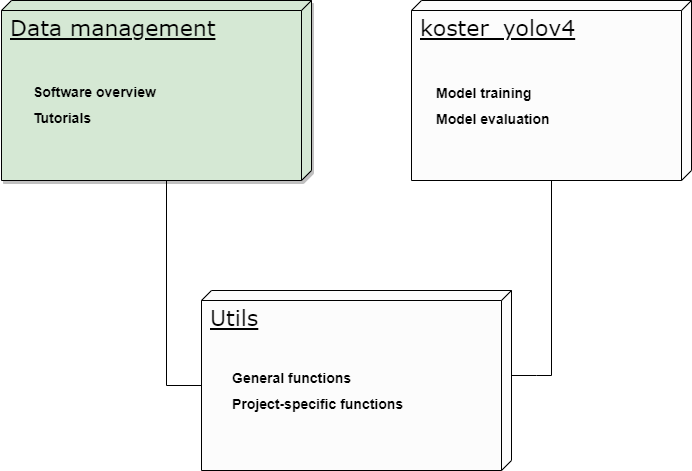
Earlier version of the draw.io export images/Koster_data_management_module.png (pilarnavarro/koster_data_management). Source tidied: cells renumbered, new cells last; positions are measured from the earlier drawing's top-left corner, leaving out a move shared by most shapes. Source of this version:
```xml
<mxGraphModel>
  <root>
    <mxCell id="0" />
    <mxCell id="1" parent="0" />
    <mxCell id="2" value="&lt;font style=&quot;font-size: 22px&quot;&gt;Utils&lt;/font&gt;" style="verticalAlign=top;align=left;spacingTop=8;spacingLeft=7;spacingRight=12;shape=cube;size=10;direction=south;fontStyle=4;html=1;rounded=0;shadow=0;comic=0;labelBackgroundColor=none;strokeWidth=1;fontFamily=Verdana;fontSize=12;fillColor=#FCFCFC;" parent="1" vertex="1">
      <mxGeometry x="200" y="290" width="310" height="180" as="geometry" />
    </mxCell>
    <mxCell id="3" value="&lt;font style=&quot;font-size: 22px&quot;&gt;Data management&lt;/font&gt;" style="verticalAlign=top;align=left;spacingTop=8;spacingLeft=7;spacingRight=12;shape=cube;size=10;direction=south;fontStyle=4;html=1;rounded=0;shadow=1;comic=0;labelBackgroundColor=none;strokeWidth=1;fontFamily=Verdana;fontSize=12;fillColor=#D5E8D4;" parent="1" vertex="1">
      <mxGeometry width="310" height="180" as="geometry" />
    </mxCell>
    <mxCell id="4" value="&lt;font style=&quot;font-size: 22px&quot;&gt;koster_yolov4&lt;/font&gt;" style="verticalAlign=top;align=left;spacingTop=8;spacingLeft=7;spacingRight=12;shape=cube;size=10;direction=south;fontStyle=4;html=1;rounded=0;shadow=0;comic=0;labelBackgroundColor=none;strokeWidth=1;fontFamily=Verdana;fontSize=12;fillColor=#FCFCFC;" parent="1" vertex="1">
      <mxGeometry x="410" width="280" height="180" as="geometry" />
    </mxCell>
    <mxCell id="5" style="edgeStyle=orthogonalEdgeStyle;rounded=0;html=1;labelBackgroundColor=none;startArrow=none;startFill=0;startSize=8;endArrow=open;endFill=0;endSize=16;fontFamily=Verdana;fontSize=12;dashed=1;" parent="1" edge="1">
      <mxGeometry relative="1" as="geometry">
        <mxPoint x="177" y="95" as="sourcePoint" />
        <Array as="points">
          <mxPoint x="177" y="120" />
          <mxPoint x="42" y="120" />
        </Array>
      </mxGeometry>
    </mxCell>
    <mxCell id="6" style="edgeStyle=orthogonalEdgeStyle;rounded=0;html=1;labelBackgroundColor=none;startArrow=none;startFill=0;startSize=8;endArrow=none;endFill=0;endSize=16;fontFamily=Verdana;fontSize=12;exitX=0;exitY=0;exitDx=85;exitDy=0;exitPerimeter=0;" parent="1" edge="1" source="2" target="4">
      <mxGeometry relative="1" as="geometry">
        <Array as="points">
          <mxPoint x="535" y="375" />
          <mxPoint x="575" y="375" />
        </Array>
      </mxGeometry>
    </mxCell>
    <mxCell id="7" style="edgeStyle=orthogonalEdgeStyle;rounded=0;html=1;labelBackgroundColor=none;startArrow=none;startFill=0;startSize=8;endArrow=none;endFill=0;endSize=16;fontFamily=Verdana;fontSize=12;exitX=0;exitY=0;exitDx=95;exitDy=310;exitPerimeter=0;" parent="1" edge="1" source="2" target="3">
      <mxGeometry relative="1" as="geometry">
        <Array as="points">
          <mxPoint x="165" y="385" />
        </Array>
      </mxGeometry>
    </mxCell>
    <mxCell id="8" value="&lt;p style=&quot;line-height: 0.6&quot;&gt;&lt;b&gt;&lt;font style=&quot;font-size: 14px ; line-height: 1&quot;&gt;Software overview&lt;/font&gt;&lt;/b&gt;&lt;/p&gt;&lt;p style=&quot;line-height: 0.6&quot;&gt;&lt;b&gt;&lt;font style=&quot;font-size: 14px ; line-height: 1&quot;&gt;Tutorials&lt;/font&gt;&lt;/b&gt;&lt;/p&gt;" style="text;html=1;strokeColor=none;fillColor=none;align=left;verticalAlign=top;whiteSpace=wrap;rounded=0;" parent="1" vertex="1">
      <mxGeometry x="30" y="66" width="220" height="108" as="geometry" />
    </mxCell>
    <mxCell id="9" value="&lt;p style=&quot;line-height: 0.6&quot;&gt;&lt;b&gt;&lt;font style=&quot;font-size: 14px ; line-height: 1&quot;&gt;Model training&lt;/font&gt;&lt;/b&gt;&lt;/p&gt;&lt;p style=&quot;line-height: 0.6&quot;&gt;&lt;b&gt;&lt;font style=&quot;font-size: 14px ; line-height: 1&quot;&gt;Model evaluation&lt;/font&gt;&lt;/b&gt;&lt;/p&gt;" style="text;html=1;strokeColor=none;fillColor=none;align=left;verticalAlign=top;whiteSpace=wrap;rounded=0;" parent="1" vertex="1">
      <mxGeometry x="433" y="67" width="220" height="108" as="geometry" />
    </mxCell>
    <mxCell id="10" value="&lt;p style=&quot;line-height: 0.6&quot;&gt;&lt;b&gt;&lt;font style=&quot;font-size: 14px ; line-height: 1&quot;&gt;General functions&lt;/font&gt;&lt;/b&gt;&lt;/p&gt;&lt;p style=&quot;line-height: 0.6&quot;&gt;&lt;b&gt;&lt;font style=&quot;font-size: 14px ; line-height: 1&quot;&gt;Project-specific functions&lt;br&gt;&lt;/font&gt;&lt;/b&gt;&lt;/p&gt;" style="text;html=1;strokeColor=none;fillColor=none;align=left;verticalAlign=top;whiteSpace=wrap;rounded=0;" parent="1" vertex="1">
      <mxGeometry x="229" y="352" width="220" height="108" as="geometry" />
    </mxCell>
  </root>
</mxGraphModel>
```
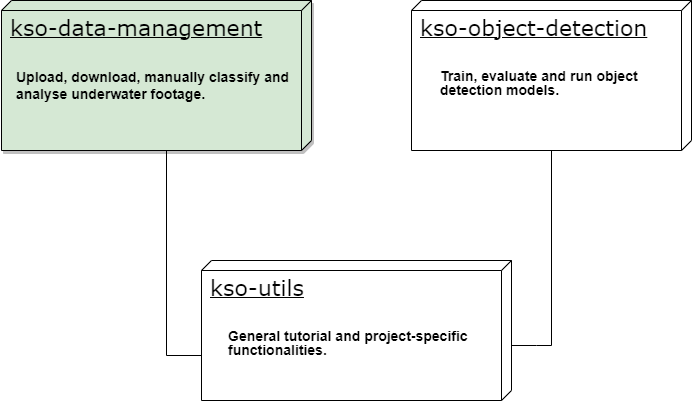
After the commit.

Commit message:
docs(rename): match module diagrams to new repo names

Change to the diagram source:
```diff
@@ -2,14 +2,14 @@
   <root>
     <mxCell id="0" />
     <mxCell id="1" parent="0" />
-    <mxCell id="2" value="&lt;font style=&quot;font-size: 22px&quot;&gt;Utils&lt;/font&gt;" style="verticalAlign=top;align=left;spacingTop=8;spacingLeft=7;spacingRight=12;shape=cube;size=10;direction=south;fontStyle=4;html=1;rounded=0;shadow=0;comic=0;labelBackgroundColor=none;strokeWidth=1;fontFamily=Verdana;fontSize=12;fillColor=#FCFCFC;" parent="1" vertex="1">
-      <mxGeometry x="200" y="290" width="310" height="180" as="geometry" />
+    <mxCell id="2" value="&lt;font style=&quot;font-size: 22px&quot;&gt;kso-utils&lt;/font&gt;" style="verticalAlign=top;align=left;spacingTop=8;spacingLeft=7;spacingRight=12;shape=cube;size=10;direction=south;fontStyle=4;html=1;rounded=0;shadow=0;comic=0;labelBackgroundColor=none;strokeWidth=1;fontFamily=Verdana;fontSize=12;fillColor=none;" parent="1" vertex="1">
+      <mxGeometry x="200" y="290" width="310" height="140" as="geometry" />
     </mxCell>
-    <mxCell id="3" value="&lt;font style=&quot;font-size: 22px&quot;&gt;Data management&lt;/font&gt;" style="verticalAlign=top;align=left;spacingTop=8;spacingLeft=7;spacingRight=12;shape=cube;size=10;direction=south;fontStyle=4;html=1;rounded=0;shadow=1;comic=0;labelBackgroundColor=none;strokeWidth=1;fontFamily=Verdana;fontSize=12;fillColor=#D5E8D4;" parent="1" vertex="1">
-      <mxGeometry width="310" height="180" as="geometry" />
+    <mxCell id="3" value="&lt;font style=&quot;&quot;&gt;&lt;span style=&quot;background-color: initial; font-size: 22px;&quot;&gt;kso-data-management&lt;/span&gt;&lt;span style=&quot;font-size: 22px;&quot;&gt;&lt;br&gt;&lt;/span&gt;&lt;br&gt;&lt;/font&gt;" style="verticalAlign=top;align=left;spacingTop=8;spacingLeft=7;spacingRight=12;shape=cube;size=10;direction=south;fontStyle=4;html=1;rounded=0;shadow=1;comic=0;labelBackgroundColor=none;strokeWidth=1;fontFamily=Verdana;fontSize=12;fillColor=#D5E8D4;" parent="1" vertex="1">
+      <mxGeometry y="30" width="310" height="150" as="geometry" />
     </mxCell>
-    <mxCell id="4" value="&lt;font style=&quot;font-size: 22px&quot;&gt;koster_yolov4&lt;/font&gt;" style="verticalAlign=top;align=left;spacingTop=8;spacingLeft=7;spacingRight=12;shape=cube;size=10;direction=south;fontStyle=4;html=1;rounded=0;shadow=0;comic=0;labelBackgroundColor=none;strokeWidth=1;fontFamily=Verdana;fontSize=12;fillColor=#FCFCFC;" parent="1" vertex="1">
-      <mxGeometry x="410" width="280" height="180" as="geometry" />
+    <mxCell id="4" value="&lt;font style=&quot;font-size: 22px&quot;&gt;kso-object-detection&lt;/font&gt;" style="verticalAlign=top;align=left;spacingTop=8;spacingLeft=7;spacingRight=12;shape=cube;size=10;direction=south;fontStyle=4;html=1;rounded=0;shadow=0;comic=0;labelBackgroundColor=none;strokeWidth=1;fontFamily=Verdana;fontSize=12;fillColor=none;" parent="1" vertex="1">
+      <mxGeometry x="410" y="30" width="280" height="150" as="geometry" />
     </mxCell>
     <mxCell id="5" style="edgeStyle=orthogonalEdgeStyle;rounded=0;html=1;labelBackgroundColor=none;startArrow=none;startFill=0;startSize=8;endArrow=open;endFill=0;endSize=16;fontFamily=Verdana;fontSize=12;dashed=1;" parent="1" edge="1">
       <mxGeometry relative="1" as="geometry">
@@ -35,14 +35,17 @@
         </Array>
       </mxGeometry>
     </mxCell>
-    <mxCell id="8" value="&lt;p style=&quot;line-height: 0.6&quot;&gt;&lt;b&gt;&lt;font style=&quot;font-size: 14px ; line-height: 1&quot;&gt;Software overview&lt;/font&gt;&lt;/b&gt;&lt;/p&gt;&lt;p style=&quot;line-height: 0.6&quot;&gt;&lt;b&gt;&lt;font style=&quot;font-size: 14px ; line-height: 1&quot;&gt;Tutorials&lt;/font&gt;&lt;/b&gt;&lt;/p&gt;" style="text;html=1;strokeColor=none;fillColor=none;align=left;verticalAlign=top;whiteSpace=wrap;rounded=0;" parent="1" vertex="1">
-      <mxGeometry x="30" y="66" width="220" height="108" as="geometry" />
+    <mxCell id="8" value="&lt;p style=&quot;line-height: 0.6&quot;&gt;&lt;/p&gt;&lt;span style=&quot;font-size: 14px;&quot;&gt;&lt;b&gt;Upload, download, manually classify and analyse underwater footage.&lt;/b&gt;&lt;/span&gt;" style="text;html=1;strokeColor=none;fillColor=none;align=left;verticalAlign=top;whiteSpace=wrap;rounded=0;" parent="1" vertex="1">
+      <mxGeometry x="13" y="80" width="290" height="74" as="geometry" />
     </mxCell>
-    <mxCell id="9" value="&lt;p style=&quot;line-height: 0.6&quot;&gt;&lt;b&gt;&lt;font style=&quot;font-size: 14px ; line-height: 1&quot;&gt;Model training&lt;/font&gt;&lt;/b&gt;&lt;/p&gt;&lt;p style=&quot;line-height: 0.6&quot;&gt;&lt;b&gt;&lt;font style=&quot;font-size: 14px ; line-height: 1&quot;&gt;Model evaluation&lt;/font&gt;&lt;/b&gt;&lt;/p&gt;" style="text;html=1;strokeColor=none;fillColor=none;align=left;verticalAlign=top;whiteSpace=wrap;rounded=0;" parent="1" vertex="1">
-      <mxGeometry x="433" y="67" width="220" height="108" as="geometry" />
+    <mxCell id="9" value="&lt;p style=&quot;line-height: 0.6&quot;&gt;&lt;b style=&quot;background-color: initial;&quot;&gt;&lt;font style=&quot;font-size: 14px ; line-height: 1&quot;&gt;Train, evaluate and run object detection models.&lt;/font&gt;&lt;/b&gt;&lt;br&gt;&lt;/p&gt;" style="text;html=1;strokeColor=none;fillColor=none;align=left;verticalAlign=top;whiteSpace=wrap;rounded=0;" parent="1" vertex="1">
+      <mxGeometry x="437" y="80" width="244" height="63" as="geometry" />
     </mxCell>
-    <mxCell id="10" value="&lt;p style=&quot;line-height: 0.6&quot;&gt;&lt;b&gt;&lt;font style=&quot;font-size: 14px ; line-height: 1&quot;&gt;General functions&lt;/font&gt;&lt;/b&gt;&lt;/p&gt;&lt;p style=&quot;line-height: 0.6&quot;&gt;&lt;b&gt;&lt;font style=&quot;font-size: 14px ; line-height: 1&quot;&gt;Project-specific functions&lt;br&gt;&lt;/font&gt;&lt;/b&gt;&lt;/p&gt;" style="text;html=1;strokeColor=none;fillColor=none;align=left;verticalAlign=top;whiteSpace=wrap;rounded=0;" parent="1" vertex="1">
-      <mxGeometry x="229" y="352" width="220" height="108" as="geometry" />
+    <mxCell id="10" value="&lt;p style=&quot;line-height: 0.6&quot;&gt;&lt;b&gt;&lt;font style=&quot;font-size: 14px ; line-height: 1&quot;&gt;General tutorial and project-specific functionalities.&lt;/font&gt;&lt;/b&gt;&lt;/p&gt;" style="text;html=1;strokeColor=none;fillColor=none;align=left;verticalAlign=top;whiteSpace=wrap;rounded=0;" parent="1" vertex="1">
+      <mxGeometry x="225" y="340" width="257" height="60" as="geometry" />
     </mxCell>
+    <mxCell id="11" style="edgeStyle=orthogonalEdgeStyle;rounded=0;orthogonalLoop=1;jettySize=auto;html=1;exitX=0.5;exitY=1;exitDx=0;exitDy=0;" parent="1" edge="1" source="9" target="9">
+      <mxGeometry relative="1" as="geometry" />
+    </mxCell>
   </root>
 </mxGraphModel>
```
